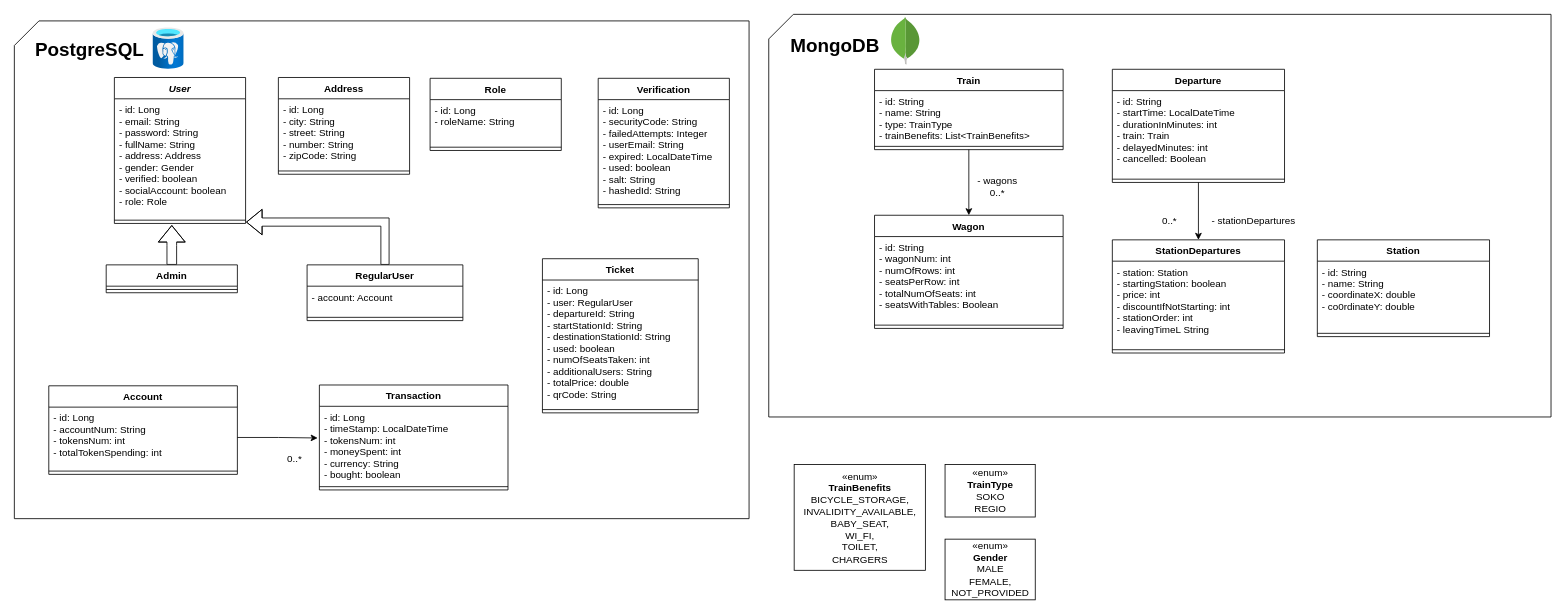
Above: diagrams/entities-per-database.drawio in sdjuric00/railway-app (draw.io), before the change. Source tidied: cells renumbered, new cells numbered last; positions are measured from the earlier drawing's top-left corner, leaving out a move shared by most shapes. Both pictures are drawn from the tidied source at 82%, with x=0, y=0 at pixel (14, 14).
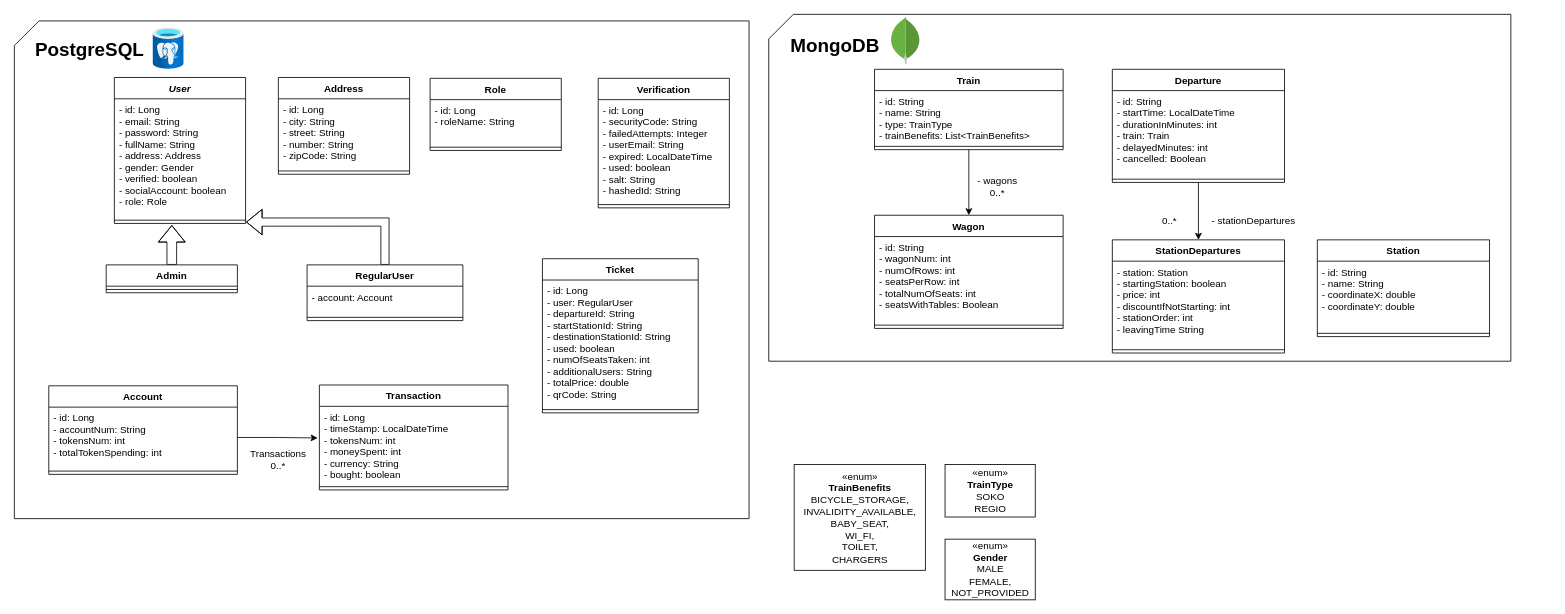
After the change.

Unchanged cells that the change refers to:
```xml
<mxCell id="33" value="Station" style="swimlane;fontStyle=1;align=center;verticalAlign=top;horizontal=1;startSize=26;" parent="1" vertex="1">
  <mxGeometry x="1589" y="275" width="210" height="118" as="geometry" />
</mxCell>
<mxCell id="42" value="StationDepartures" style="swimlane;fontStyle=1;align=center;verticalAlign=top;horizontal=1;startSize=26;" parent="1" vertex="1">
  <mxGeometry x="1339" y="275" width="210" height="138" as="geometry" />
</mxCell>
```

Change to the diagram source:
```diff
@@
     <mxCell id="3" style="shape=card;whiteSpace=wrap;html=1;" parent="1" vertex="1">
-      <mxGeometry x="920" width="954" height="491" as="geometry" />
+      <mxGeometry x="920" width="905" height="423" as="geometry" />
     </mxCell>
@@
-    <mxCell id="23" value="0..*" style="text;html=1;strokeColor=none;fillColor=none;align=center;verticalAlign=middle;whiteSpace=wrap;rounded=0;" parent="1" vertex="1">
-      <mxGeometry x="312" y="527" width="60" height="30" as="geometry" />
+    <mxCell id="23" value="Transactions&lt;br&gt;0..*" style="text;html=1;strokeColor=none;fillColor=none;align=center;verticalAlign=middle;whiteSpace=wrap;rounded=0;" parent="1" vertex="1">
+      <mxGeometry x="292" y="528" width="60" height="30" as="geometry" />
     </mxCell>
@@
-    <mxCell id="34" value="- id: String&#10;- name: String&#10;- coordinateX: double&#10;- co0rdinateY: double" style="text;strokeColor=none;fillColor=none;align=left;verticalAlign=top;spacingLeft=4;spacingRight=4;overflow=hidden;" parent="33" vertex="1">
+    <mxCell id="34" value="- id: String&#10;- name: String&#10;- coordinateX: double&#10;- coordinateY: double" style="text;strokeColor=none;fillColor=none;align=left;verticalAlign=top;spacingLeft=4;spacingRight=4;overflow=hidden;" parent="33" vertex="1">
       <mxGeometry y="26" width="210" height="84" as="geometry" />
     </mxCell>
@@
-    <mxCell id="43" value="- station: Station&#10;- startingStation: boolean&#10;- price: int&#10;- discountIfNotStarting: int&#10;- stationOrder: int&#10;- leavingTimeL String" style="text;strokeColor=none;fillColor=none;align=left;verticalAlign=top;spacingLeft=4;spacingRight=4;overflow=hidden;" parent="42" vertex="1">
+    <mxCell id="43" value="- station: Station&#10;- startingStation: boolean&#10;- price: int&#10;- discountIfNotStarting: int&#10;- stationOrder: int&#10;- leavingTime String" style="text;strokeColor=none;fillColor=none;align=left;verticalAlign=top;spacingLeft=4;spacingRight=4;overflow=hidden;" parent="42" vertex="1">
       <mxGeometry y="26" width="210" height="104" as="geometry" />
     </mxCell>
```
